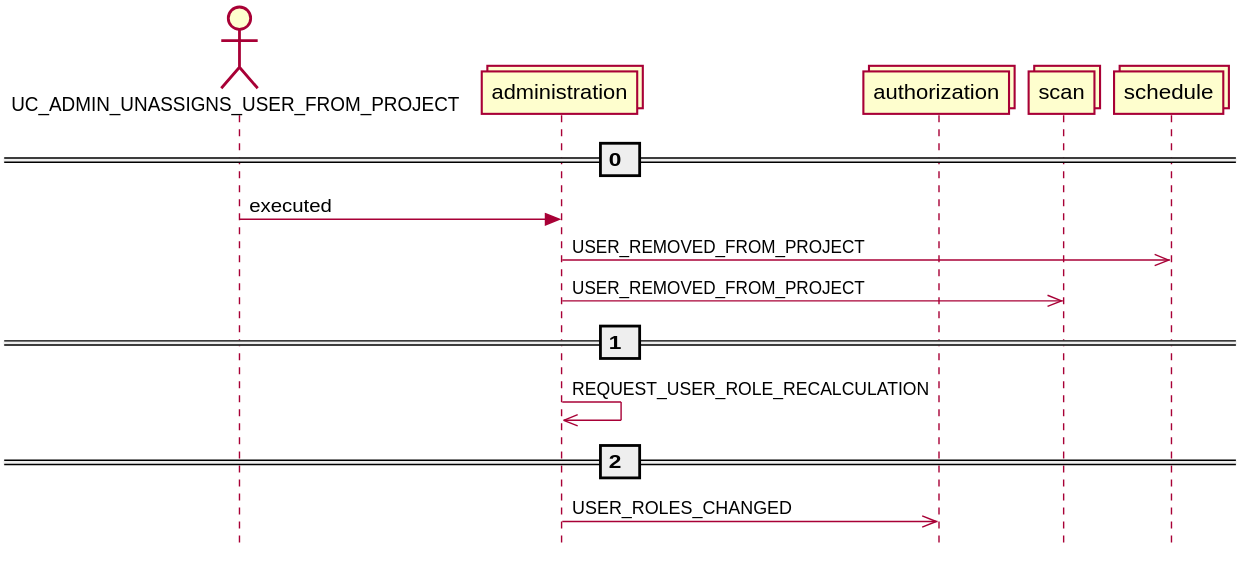
Before: docs/latest/images/event_overview_uc_admin_unassigns_user_from_project.svg, a diagram exported from PlantUML (mercedes-benz/sechub). The source it was exported from:
```plantuml
@startuml
skinparam style strictuml
actor UC_ADMIN_UNASSIGNS_USER_FROM_PROJECT
collections administration
collections authorization
collections scan
collections schedule
== 0 ==
UC_ADMIN_UNASSIGNS_USER_FROM_PROJECT -> administration: executed
administration ->> schedule : USER_REMOVED_FROM_PROJECT
administration ->> scan : USER_REMOVED_FROM_PROJECT
== 1 ==
administration ->> administration : REQUEST_USER_ROLE_RECALCULATION
== 2 ==
administration ->> authorization : USER_ROLES_CHANGED
@enduml
```
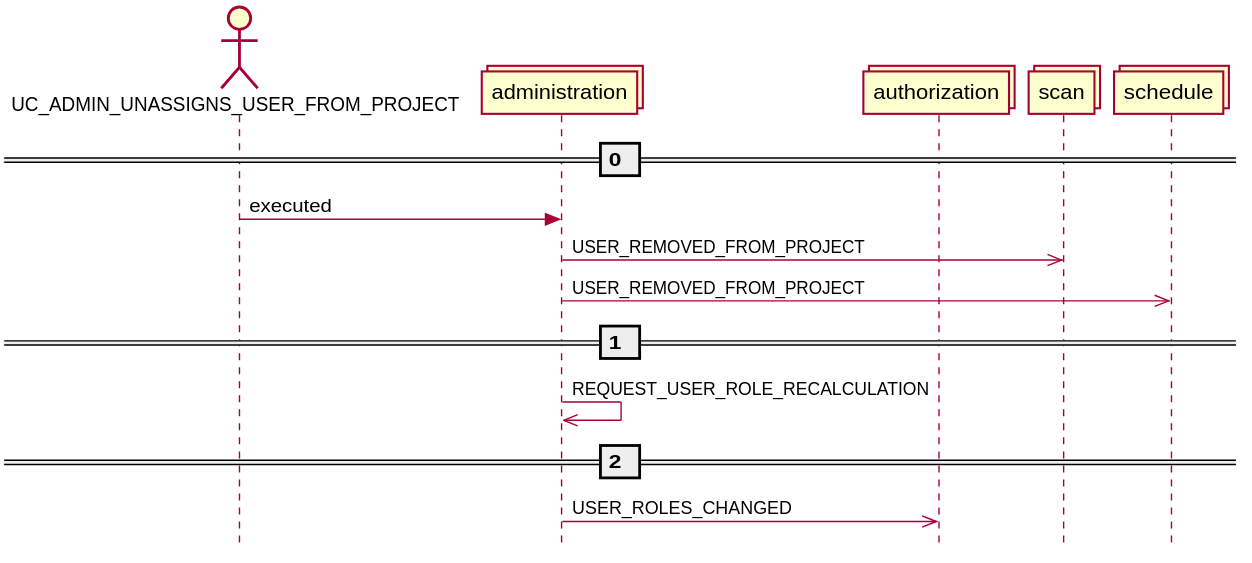
Above is the later version.

The edit, as a diff of the source:
```diff
@@ -7,8 +7,8 @@
 collections schedule
 == 0 ==
 UC_ADMIN_UNASSIGNS_USER_FROM_PROJECT -> administration: executed
+administration ->> scan : USER_REMOVED_FROM_PROJECT
 administration ->> schedule : USER_REMOVED_FROM_PROJECT
-administration ->> scan : USER_REMOVED_FROM_PROJECT
 == 1 ==
 administration ->> administration : REQUEST_USER_ROLE_RECALCULATION
 == 2 ==
```
